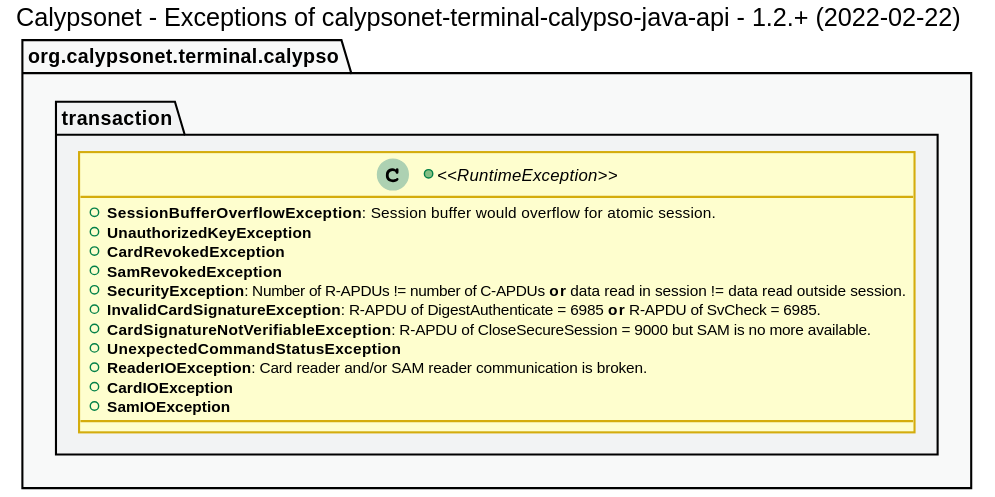
Before: src/main/uml/api_exceptions_class_diagram.svg, a diagram exported from PlantUML (calypsonet/calypsonet-terminal-calypso-java-api).
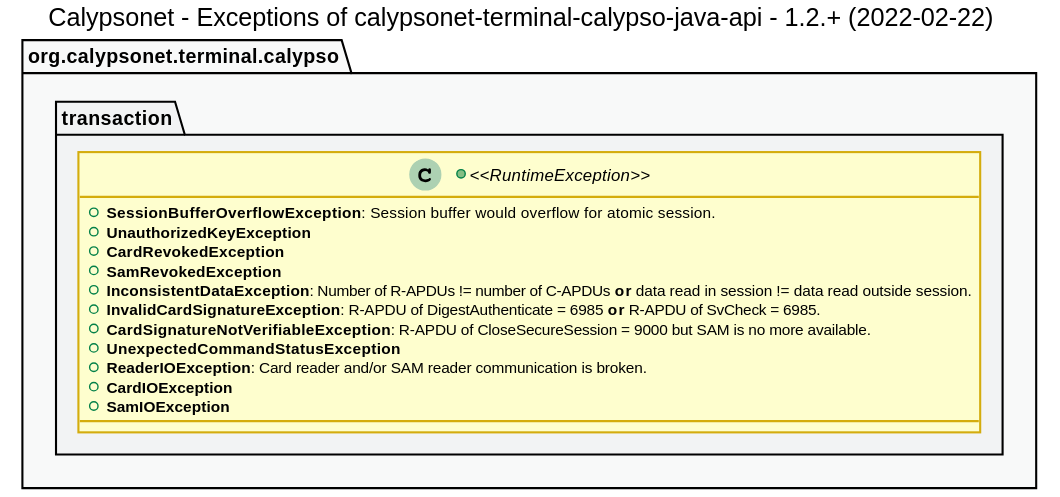
Later version of the same file.

Commit message:
refactor: rename "SecurityException" to "InconsistentDataException"

Change to the diagram source:
```diff
@@ -44,7 +44,7 @@
             +**UnauthorizedKeyException**
             +**CardRevokedException**
             +**SamRevokedException**
-            +**SecurityException**: Number of R-APDUs != number of C-APDUs **or** data read in session != data read outside session.
+            +**InconsistentDataException**: Number of R-APDUs != number of C-APDUs **or** data read in session != data read outside session.
             +**InvalidCardSignatureException**: R-APDU of DigestAuthenticate = 6985 **or** R-APDU of SvCheck = 6985.
             +**CardSignatureNotVerifiableException**: R-APDU of CloseSecureSession = 9000 but SAM is no more available.
             +**UnexpectedCommandStatusException**
```
